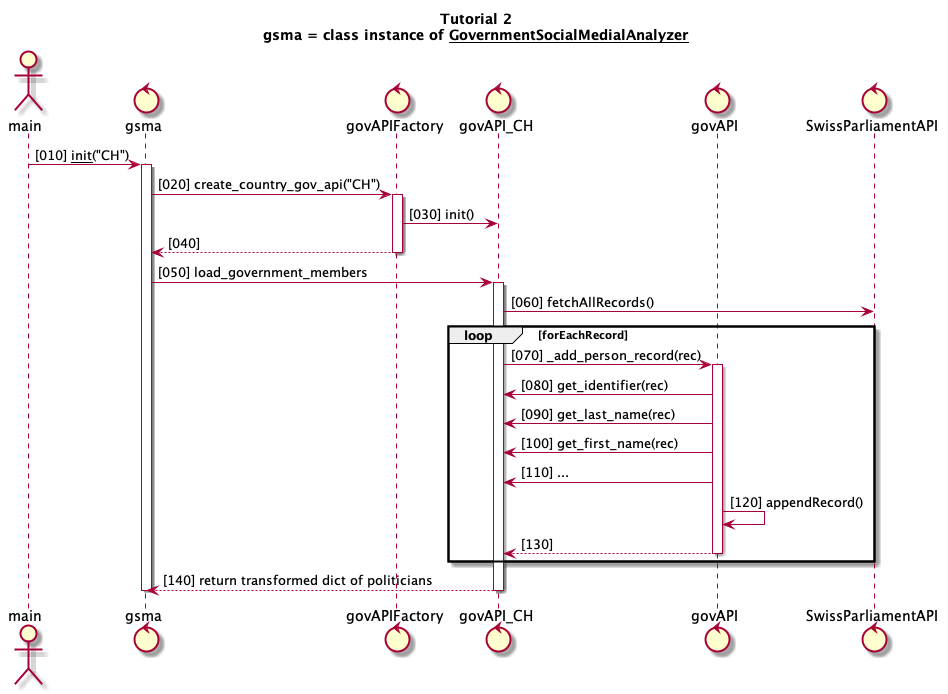
Before: model/out/lesson3-sequence.png, a diagram exported from PlantUML (talfco/clb-sentiment).
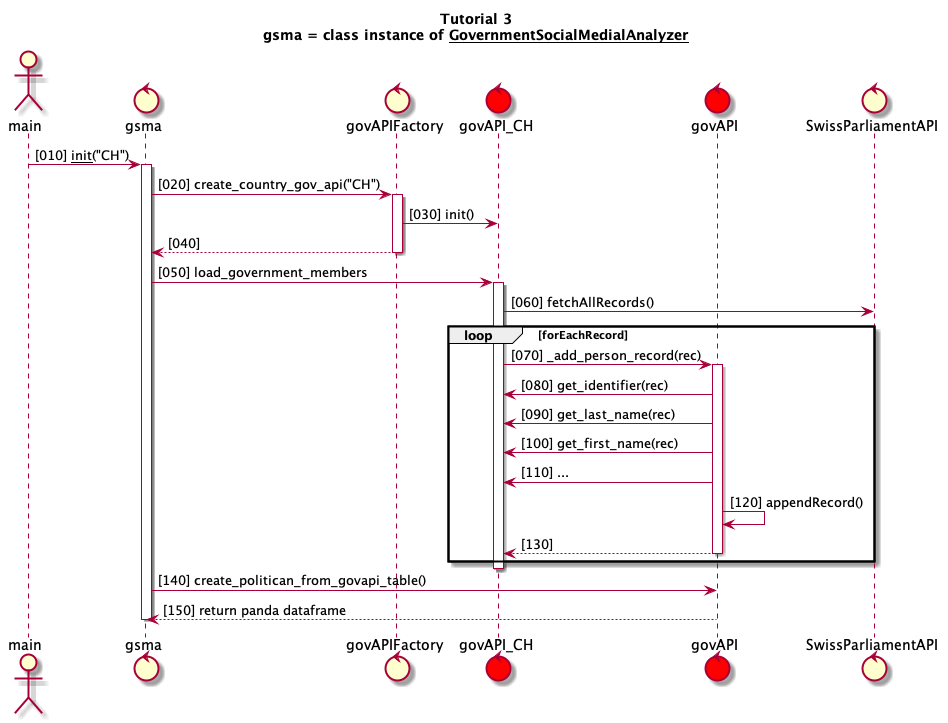
Above is the later version.

Commit message:
Tutorial 3 clean up

Change to the diagram source:
```diff
@@ -1,13 +1,13 @@
 @startuml
 title
-  Tutorial 2
+  Tutorial 3
   gsma = class instance of __GovernmentSocialMedialAnalyzer__
 end title
 actor main
 control gsma
 control govAPIFactory
-control govAPI_CH
-control govAPI
+control govAPI_CH #red
+control govAPI #red
 control SwissParliamentAPI
 
 autonumber 10 10 "[000]"
@@ -32,8 +32,11 @@
             govAPI --> govAPI_CH
             deactivate govAPI
             end
-        govAPI_CH --> gsma: return transformed dict of politicians
         deactivate govAPI_CH
+        activate govAPI
+        gsma -> govAPI: create_politican_from_govapi_table()
+        govAPI --> gsma: return panda dataframe
+        deactivate govAPI
 deactivate gsma
 
 
```
